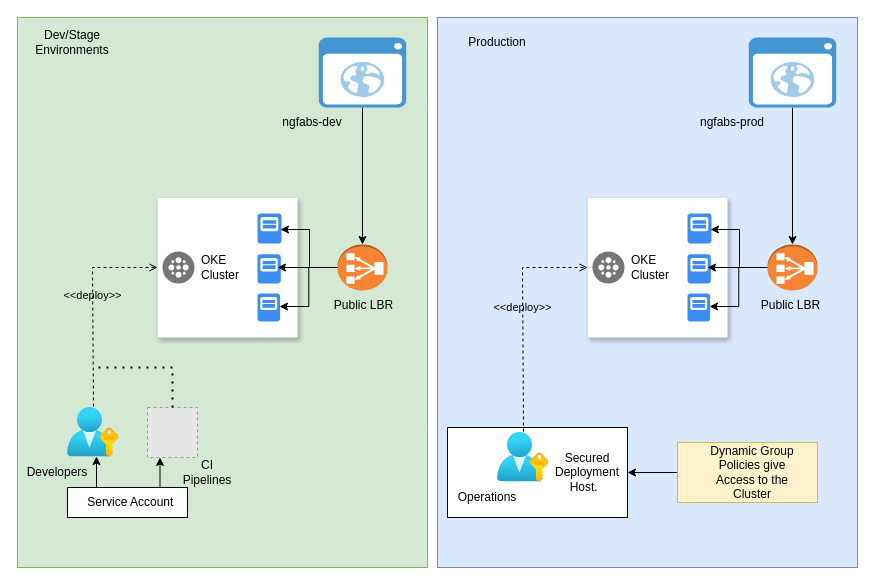
The draw.io diagram Untitled Diagram.drawio in hpashika/testrepo, before the edit. Source tidied: cells renumbered, new cells numbered last; positions are measured from the earlier drawing's top-left corner, leaving out a move shared by most shapes. Both pictures are drawn from the tidied source at 100%, with x=0, y=0 at pixel (17, 17). Pictures stored in the file or linked from it are replaced by grey dashed boxes.
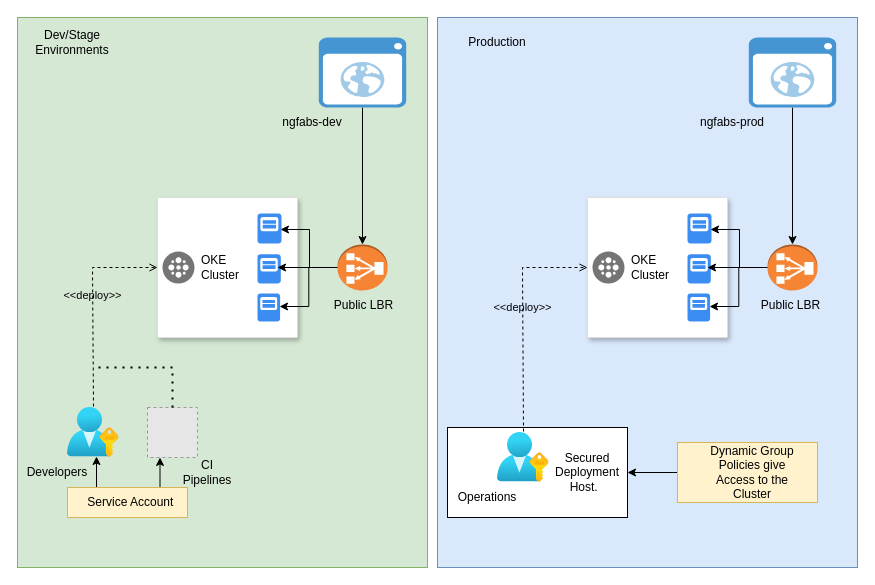
The same page after the edit.

Change to the diagram source:
```diff
@@
-    <mxCell id="20" style="rounded=0;whiteSpace=wrap;html=1;" parent="1" vertex="1">
+    <mxCell id="20" style="rounded=0;whiteSpace=wrap;html=1;fillColor=#fff2cc;strokeColor=#d6b656;" parent="1" vertex="1">
       <mxGeometry x="50" y="470" width="120" height="30" as="geometry" />
     </mxCell>
```
